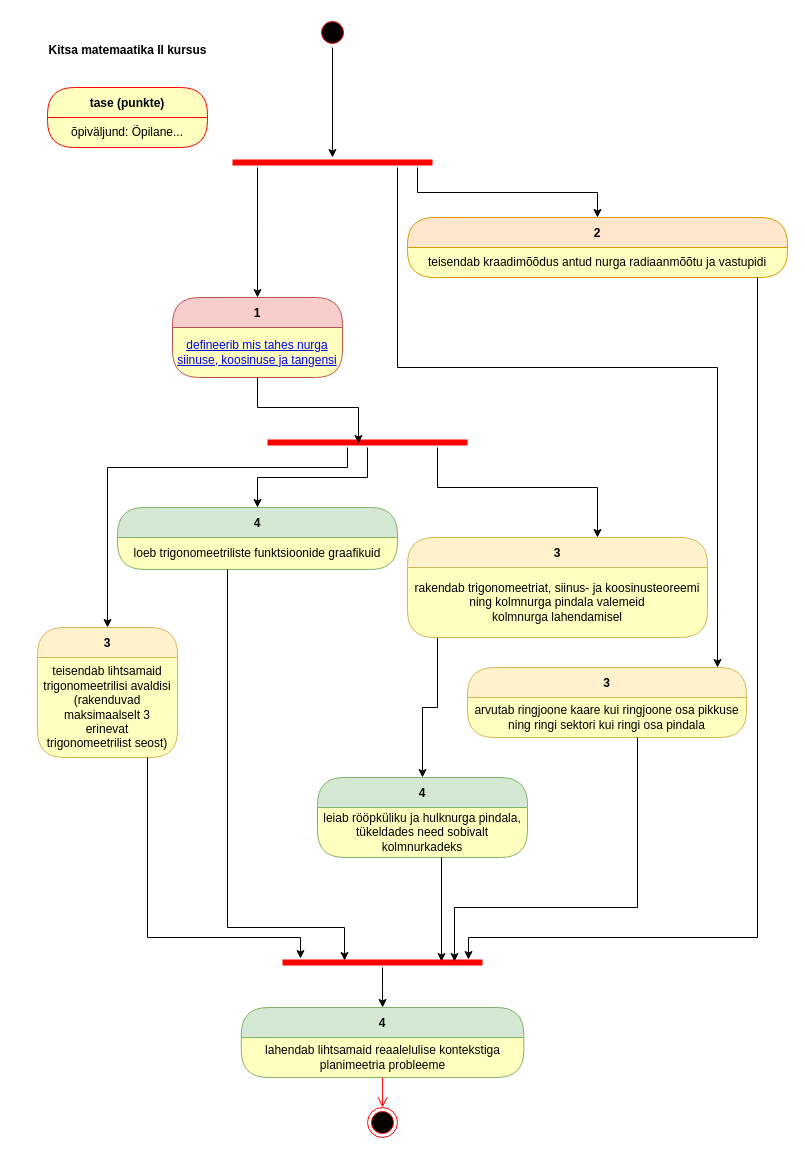
piiskop/matemaatika-kitsas-2 keeps this draw.io diagram as page "Õpiväljundid" (1 of 2) of rmd/matemaatika-kitsas-2.drawio. Above is the earlier version. Source tidied: cells renumbered, new cells numbered last; positions are measured from the earlier drawing's top-left corner, leaving out a move shared by most shapes. Both pictures are drawn from the tidied source at 100%, with x=0, y=0 at pixel (37, 17).
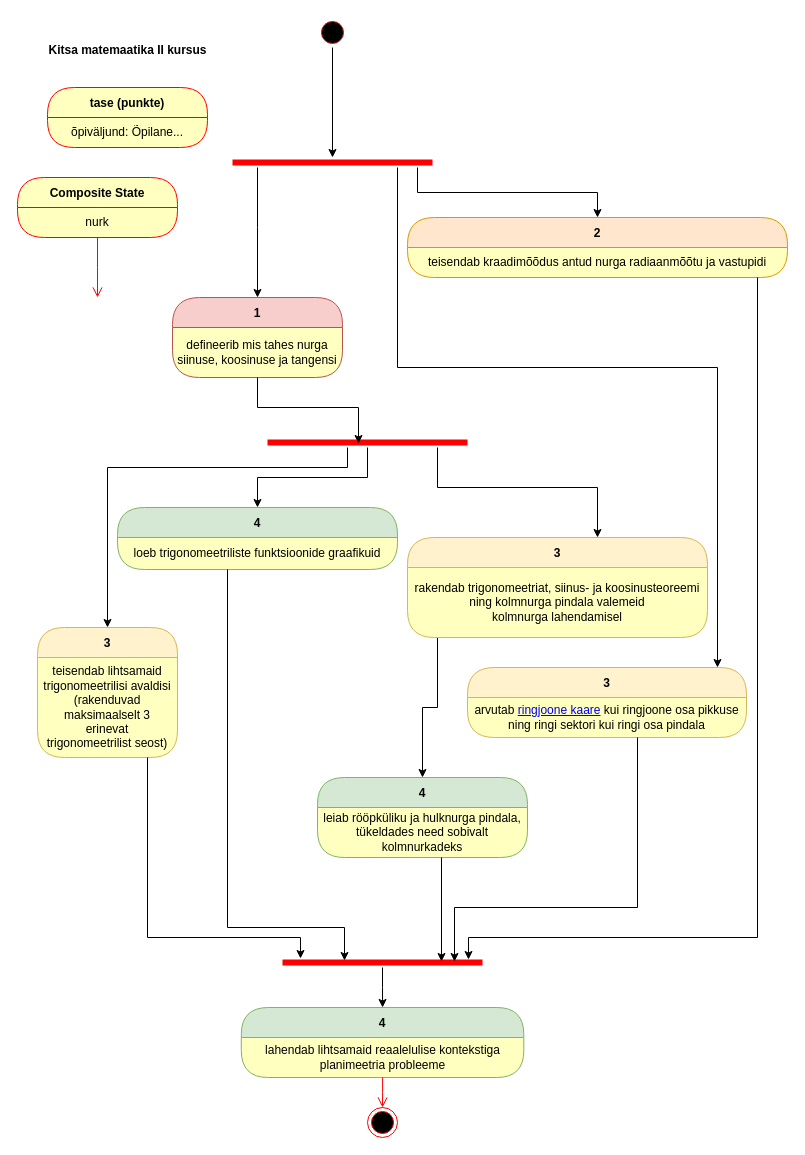
Above is the later version.

Commit message:
nurga definitsioon lingitud videoga

Unchanged cells that the change refers to:
```xml
<mxCell id="11" value="3" style="swimlane;fontStyle=1;align=center;verticalAlign=middle;horizontal=1;startSize=30;rounded=1;arcSize=30;strokeColor=#d6b656;fillColor=#fff2cc;swimlaneFillColor=#ffffc0;" parent="1" vertex="1">
  <mxGeometry x="430" y="650" width="279" height="70" as="geometry" />
</mxCell>
<mxCell id="19" value="1" style="swimlane;fontStyle=1;align=center;verticalAlign=middle;horizontal=1;startSize=30;rounded=1;arcSize=30;strokeColor=#b85450;fillColor=#f8cecc;swimlaneFillColor=#ffffc0;" parent="1" vertex="1">
  <mxGeometry x="135" y="280" width="170" height="80" as="geometry" />
</mxCell>
```

Diff of the diagram source:
```diff
@@
-    <mxCell id="12" value="arvutab ringjoone kaare kui ringjoone osa pikkuse ning ringi sektori kui ringi osa pindala" style="text;html=1;strokeColor=none;fillColor=none;align=center;verticalAlign=middle;spacingLeft=4;spacingRight=4;whiteSpace=wrap;overflow=hidden;fontColor=#000000;" parent="11" vertex="1">
+    <mxCell id="12" value="arvutab &lt;a href=&quot;https://youtu.be/5QrQdBS312s&quot;&gt;ringjoone kaare&lt;/a&gt; kui ringjoone osa pikkuse ning ringi sektori kui ringi osa pindala" style="text;html=1;strokeColor=none;fillColor=none;align=center;verticalAlign=middle;spacingLeft=4;spacingRight=4;whiteSpace=wrap;overflow=hidden;fontColor=#000000;" parent="11" vertex="1">
       <mxGeometry y="30" width="279" height="40" as="geometry" />
     </mxCell>
@@
-    <mxCell id="20" value="&lt;a href=&quot;https://youtu.be/5QrQdBS312s&quot;&gt;defineerib mis tahes nurga siinuse, koosinuse ja tangensi&lt;/a&gt;" style="text;html=1;strokeColor=none;fillColor=none;align=center;verticalAlign=middle;spacingLeft=4;spacingRight=4;whiteSpace=wrap;overflow=hidden;fontColor=#000000;" parent="19" vertex="1">
+    <mxCell id="20" value="defineerib mis tahes nurga siinuse, koosinuse ja tangensi" style="text;html=1;strokeColor=none;fillColor=none;align=center;verticalAlign=middle;spacingLeft=4;spacingRight=4;whiteSpace=wrap;overflow=hidden;fontColor=#000000;" parent="19" vertex="1">
       <mxGeometry y="30" width="170" height="50" as="geometry" />
     </mxCell>
@@
+    <mxCell id="43" value="Composite State" style="swimlane;fontStyle=1;align=center;verticalAlign=middle;horizontal=1;startSize=30;fontColor=#000000;rounded=1;arcSize=30;strokeColor=#ff0000;fillColor=#ffffc0;swimlaneFillColor=#ffffc0;" parent="1" vertex="1">
+      <mxGeometry x="-20" y="160" width="160" height="60" as="geometry" />
+    </mxCell>
+    <mxCell id="44" value="nurk" style="text;html=1;strokeColor=none;fillColor=none;align=center;verticalAlign=middle;spacingLeft=4;spacingRight=4;whiteSpace=wrap;overflow=hidden;fontColor=#000000;" parent="43" vertex="1">
+      <mxGeometry y="30" width="160" height="30" as="geometry" />
+    </mxCell>
+    <mxCell id="45" style="edgeStyle=orthogonalEdgeStyle;html=1;verticalAlign=bottom;endArrow=open;endSize=8;strokeColor=#ff0000;rounded=0;" parent="1" edge="1" source="43">
+      <mxGeometry relative="1" as="geometry">
+        <mxPoint x="60" y="280" as="targetPoint" />
+      </mxGeometry>
+    </mxCell>
```
